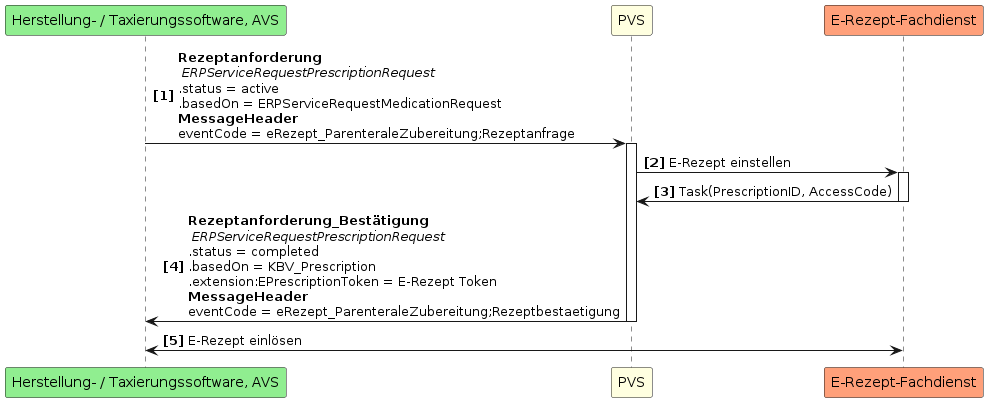
Above: guides/ig-rezeptanforderung/images/puml_images/UC4.png in gematik/spec-E-Rezept-ServiceRequest (PlantUML), before the change.
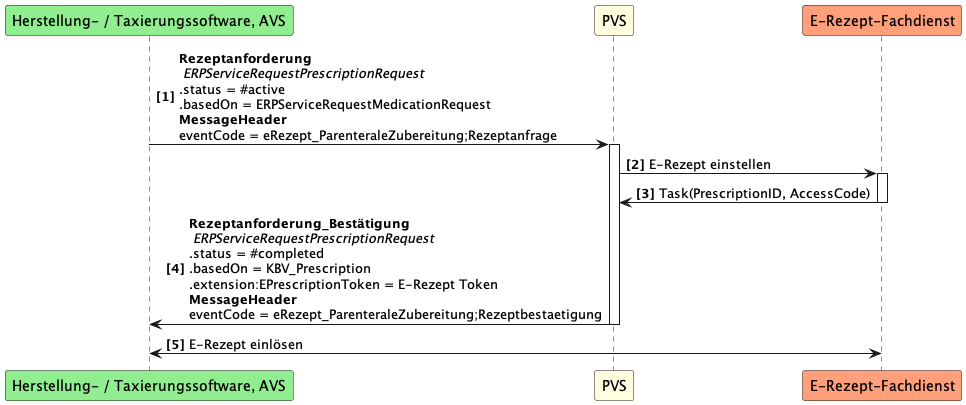
Above is the later version.

The edit, as a diff of the source:
```diff
@@ -4,10 +4,10 @@
 participant PVS as A #LightYellow
 participant "E-Rezept-Fachdienst" as FD #LightSalmon
 
-AP -> A++: <b>Rezeptanforderung \n <i>ERPServiceRequestPrescriptionRequest \n.status = active \n.basedOn = ERPServiceRequestMedicationRequest \n<b>MessageHeader\neventCode = eRezept_ParenteraleZubereitung;Rezeptanfrage
+AP -> A++: <b>Rezeptanforderung \n <i>ERPServiceRequestPrescriptionRequest \n.status = #active \n.basedOn = ERPServiceRequestMedicationRequest \n<b>MessageHeader\neventCode = eRezept_ParenteraleZubereitung;Rezeptanfrage
 A -> FD++: E-Rezept einstellen
 FD -> A--: Task(PrescriptionID, AccessCode)
-A -> AP--: <b>Rezeptanforderung_Bestätigung \n <i>ERPServiceRequestPrescriptionRequest  \n.status = completed \n.basedOn = KBV_Prescription \n.extension:EPrescriptionToken = E-Rezept Token\n<b>MessageHeader\neventCode = eRezept_ParenteraleZubereitung;Rezeptbestaetigung
+A -> AP--: <b>Rezeptanforderung_Bestätigung \n <i>ERPServiceRequestPrescriptionRequest  \n.status = #completed \n.basedOn = KBV_Prescription \n.extension:EPrescriptionToken = E-Rezept Token\n<b>MessageHeader\neventCode = eRezept_ParenteraleZubereitung;Rezeptbestaetigung
 AP <-> FD: E-Rezept einlösen
 
 @enduml
```
